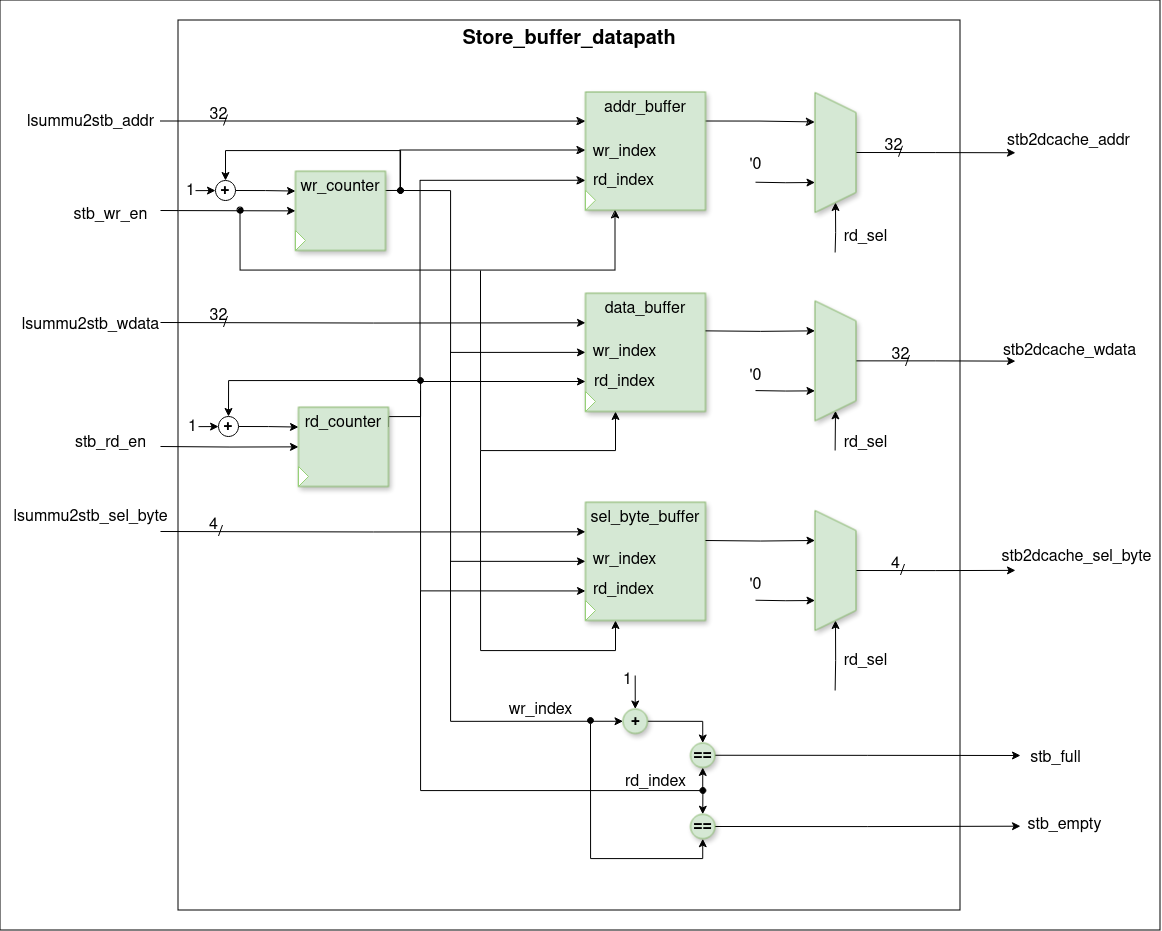
Fazail333/Store-Buffer keeps this draw.io diagram as docs/store-buffer-datapath.png. Above is the earlier version. Source tidied: cells renumbered, new cells last; positions are measured from the earlier drawing's top-left corner, leaving out a move shared by most shapes.
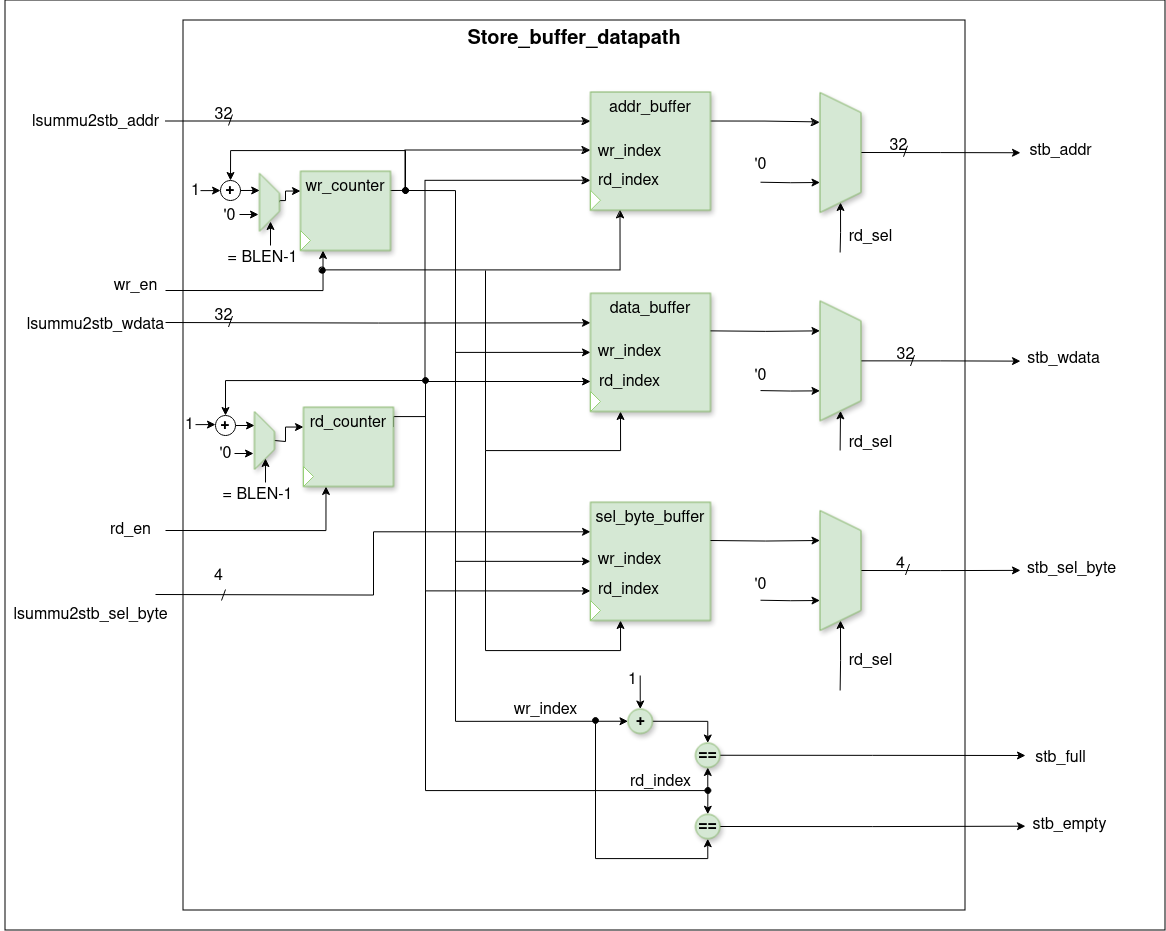
Later version of the same file.

Diff of the diagram source:
```diff
@@ -28,11 +28,10 @@
         </Array>
       </mxGeometry>
     </mxCell>
-    <mxCell id="7" style="edgeStyle=orthogonalEdgeStyle;rounded=0;jettySize=auto;html=1;exitX=0.25;exitY=1;exitDx=0;exitDy=0;entryX=0.25;entryY=1;entryDx=0;entryDy=0;startArrow=oval;startFill=1;fontSize=16;" parent="1" edge="1" target="9">
+    <mxCell id="7" style="edgeStyle=orthogonalEdgeStyle;rounded=0;jettySize=auto;html=1;entryX=0.25;entryY=1;entryDx=0;entryDy=0;startArrow=oval;startFill=1;fontSize=16;" parent="1" edge="1" target="9">
       <mxGeometry relative="1" as="geometry">
-        <mxPoint x="240" y="210" as="sourcePoint" />
+        <mxPoint x="317" y="270" as="sourcePoint" />
         <Array as="points">
-          <mxPoint x="240" y="270" />
           <mxPoint x="615" y="270" />
         </Array>
       </mxGeometry>
@@ -83,7 +82,7 @@
     </mxCell>
     <mxCell id="16" style="edgeStyle=orthogonalEdgeStyle;rounded=0;jettySize=auto;html=1;entryX=0;entryY=0.25;entryDx=0;entryDy=0;fontSize=16;" parent="1" edge="1" target="20">
       <mxGeometry relative="1" as="geometry">
-        <mxPoint x="160" y="531" as="sourcePoint" />
+        <mxPoint x="150" y="594" as="sourcePoint" />
       </mxGeometry>
     </mxCell>
     <mxCell id="17" style="edgeStyle=orthogonalEdgeStyle;rounded=0;jettySize=auto;html=1;exitX=0;exitY=0.75;exitDx=0;exitDy=0;entryX=0;entryY=0.75;entryDx=0;entryDy=0;fontSize=16;" parent="1" edge="1" target="20">
@@ -123,16 +122,23 @@
     <mxCell id="23" value="lsummu2stb_wdata" style="text;html=1;align=center;verticalAlign=middle;strokeColor=none;fillColor=none;fontSize=16;" parent="1" vertex="1">
       <mxGeometry x="10" y="309.9" width="160" height="30" as="geometry" />
     </mxCell>
-    <mxCell id="24" value="lsummu2stb_sel_byte" style="text;html=1;align=center;verticalAlign=middle;strokeColor=none;fillColor=none;fontSize=16;" parent="1" vertex="1">
-      <mxGeometry y="501.8" width="180" height="30" as="geometry" />
-    </mxCell>
-    <mxCell id="25" style="edgeStyle=orthogonalEdgeStyle;rounded=0;jettySize=auto;html=1;entryX=0;entryY=0.5;entryDx=0;entryDy=0;fontSize=16;" parent="1" edge="1" target="28">
+    <mxCell id="25" style="edgeStyle=orthogonalEdgeStyle;rounded=0;jettySize=auto;html=1;entryX=0.25;entryY=1;entryDx=0;entryDy=0;fontSize=16;" parent="1" edge="1" target="28">
       <mxGeometry relative="1" as="geometry">
-        <mxPoint x="160" y="446" as="sourcePoint" />
+        <mxPoint x="160" y="530" as="sourcePoint" />
+        <Array as="points">
+          <mxPoint x="160" y="530" />
+          <mxPoint x="321" y="530" />
+        </Array>
       </mxGeometry>
     </mxCell>
-    <mxCell id="26" style="edgeStyle=orthogonalEdgeStyle;rounded=0;jettySize=auto;html=1;exitX=1;exitY=0.5;exitDx=0;exitDy=0;entryX=0;entryY=0.25;entryDx=0;entryDy=0;fontSize=16;" parent="1" edge="1" source="33" target="28">
-      <mxGeometry relative="1" as="geometry" />
+    <mxCell id="26" style="edgeStyle=orthogonalEdgeStyle;rounded=0;jettySize=auto;html=1;exitX=0.5;exitY=0;exitDx=0;exitDy=0;entryX=0;entryY=0.25;entryDx=0;entryDy=0;fontSize=16;" parent="1" edge="1" source="104" target="28">
+      <mxGeometry relative="1" as="geometry">
+        <Array as="points">
+          <mxPoint x="269" y="441" />
+          <mxPoint x="280" y="441" />
+          <mxPoint x="280" y="427" />
+        </Array>
+      </mxGeometry>
     </mxCell>
     <mxCell id="27" style="edgeStyle=orthogonalEdgeStyle;rounded=0;jettySize=auto;html=1;exitX=1;exitY=0.25;exitDx=0;exitDy=0;entryX=0;entryY=0.75;entryDx=0;entryDy=0;fontSize=16;" parent="1" edge="1" source="28" target="14">
       <mxGeometry relative="1" as="geometry">
@@ -149,27 +155,30 @@
     <mxCell id="29" style="triangle;whiteSpace=wrap;html=1;strokeColor=#97D077;fontSize=16;" parent="1" vertex="1">
       <mxGeometry x="298" y="466" width="10" height="20" as="geometry" />
     </mxCell>
-    <mxCell id="30" value="stb_rd_en" style="text;html=1;align=center;verticalAlign=middle;strokeColor=none;fillColor=none;fontSize=16;" parent="1" vertex="1">
-      <mxGeometry x="65" y="428" width="90" height="30" as="geometry" />
+    <mxCell id="30" value="rd_en" style="text;html=1;align=center;verticalAlign=middle;strokeColor=none;fillColor=none;fontSize=16;" parent="1" vertex="1">
+      <mxGeometry x="95" y="515" width="60" height="30" as="geometry" />
     </mxCell>
     <mxCell id="31" style="edgeStyle=orthogonalEdgeStyle;rounded=0;jettySize=auto;html=1;entryX=0.5;entryY=0;entryDx=0;entryDy=0;startArrow=oval;startFill=1;fontSize=16;" parent="1" edge="1" target="33">
       <mxGeometry relative="1" as="geometry">
         <mxPoint x="420" y="380" as="sourcePoint" />
         <Array as="points">
-          <mxPoint x="228" y="380" />
+          <mxPoint x="220" y="380" />
         </Array>
       </mxGeometry>
     </mxCell>
     <mxCell id="32" style="edgeStyle=orthogonalEdgeStyle;rounded=0;jettySize=auto;html=1;exitX=0;exitY=0.5;exitDx=0;exitDy=0;entryX=0;entryY=0.5;entryDx=0;entryDy=0;fontSize=16;" parent="1" edge="1" target="33">
       <mxGeometry relative="1" as="geometry">
-        <mxPoint x="198" y="426.1" as="sourcePoint" />
+        <mxPoint x="190" y="424.1" as="sourcePoint" />
       </mxGeometry>
     </mxCell>
+    <mxCell id="103" style="edgeStyle=orthogonalEdgeStyle;rounded=0;jettySize=auto;html=1;exitX=1;exitY=0.5;exitDx=0;exitDy=0;entryX=0.25;entryY=1;entryDx=0;entryDy=0;" parent="1" edge="1" source="33" target="104">
+      <mxGeometry relative="1" as="geometry" />
+    </mxCell>
     <mxCell id="33" value="+" style="ellipse;whiteSpace=wrap;html=1;fontStyle=1;fontSize=16;" parent="1" vertex="1">
-      <mxGeometry x="218" y="416" width="20" height="20" as="geometry" />
+      <mxGeometry x="210" y="415" width="20" height="20" as="geometry" />
     </mxCell>
     <mxCell id="34" value="1" style="text;html=1;align=center;verticalAlign=middle;strokeColor=none;fillColor=none;fontSize=16;" parent="1" vertex="1">
-      <mxGeometry x="177" y="412" width="30" height="30" as="geometry" />
+      <mxGeometry x="169" y="410" width="30" height="30" as="geometry" />
     </mxCell>
     <mxCell id="35" value="wr_index" style="text;html=1;align=center;verticalAlign=middle;strokeColor=none;fillColor=none;fontSize=16;" parent="1" vertex="1">
       <mxGeometry x="579" y="545" width="90" height="30" as="geometry" />
@@ -294,17 +303,15 @@
     <mxCell id="64" value="'0" style="text;html=1;align=center;verticalAlign=middle;strokeColor=none;fillColor=none;fontSize=16;" parent="1" vertex="1">
       <mxGeometry x="735" y="570" width="40" height="30" as="geometry" />
     </mxCell>
-    <mxCell id="65" style="edgeStyle=orthogonalEdgeStyle;rounded=0;jettySize=auto;html=1;entryX=0;entryY=0.5;entryDx=0;entryDy=0;startArrow=none;startFill=0;fontSize=16;" parent="1" edge="1" target="67">
+    <mxCell id="65" style="edgeStyle=orthogonalEdgeStyle;rounded=0;jettySize=auto;html=1;entryX=0.25;entryY=1;entryDx=0;entryDy=0;startArrow=none;startFill=0;fontSize=16;" parent="1" edge="1" target="67">
       <mxGeometry relative="1" as="geometry">
-        <mxPoint x="160" y="210" as="sourcePoint" />
+        <mxPoint x="160" y="290" as="sourcePoint" />
         <Array as="points">
-          <mxPoint x="178" y="210" />
+          <mxPoint x="160" y="290" />
+          <mxPoint x="318" y="290" />
         </Array>
       </mxGeometry>
     </mxCell>
-    <mxCell id="66" style="edgeStyle=orthogonalEdgeStyle;rounded=0;jettySize=auto;html=1;exitX=1;exitY=0.5;exitDx=0;exitDy=0;entryX=0;entryY=0.25;entryDx=0;entryDy=0;fontSize=16;" parent="1" edge="1" source="71" target="67">
-      <mxGeometry relative="1" as="geometry" />
-    </mxCell>
     <mxCell id="67" value="wr_counter" style="rounded=0;whiteSpace=wrap;html=1;fillColor=#d5e8d4;strokeColor=#82b366;shadow=1;verticalAlign=top;fontSize=16;" parent="1" vertex="1">
       <mxGeometry x="295" y="170.8" width="90" height="79.2" as="geometry" />
     </mxCell>
@@ -331,8 +338,8 @@
     <mxCell id="72" value="1" style="text;html=1;align=center;verticalAlign=middle;strokeColor=none;fillColor=none;fontSize=16;" parent="1" vertex="1">
       <mxGeometry x="175" y="176" width="30" height="30" as="geometry" />
     </mxCell>
-    <mxCell id="73" value="stb_wr_en" style="text;html=1;align=center;verticalAlign=middle;strokeColor=none;fillColor=none;fontSize=16;" parent="1" vertex="1">
-      <mxGeometry x="60" y="200" width="100" height="30" as="geometry" />
+    <mxCell id="73" value="wr_en" style="text;html=1;align=center;verticalAlign=middle;strokeColor=none;fillColor=none;fontSize=16;" parent="1" vertex="1">
+      <mxGeometry x="95" y="271" width="70" height="30" as="geometry" />
     </mxCell>
     <mxCell id="74" style="endArrow=none;html=1;rounded=0;fontSize=16;" parent="1" edge="1">
       <mxGeometry relative="1" as="geometry">
@@ -354,21 +361,21 @@
     </mxCell>
     <mxCell id="78" style="endArrow=none;html=1;rounded=0;fontSize=16;" parent="1" edge="1">
       <mxGeometry relative="1" as="geometry">
-        <mxPoint x="218" y="535.5" as="sourcePoint" />
-        <mxPoint x="222" y="524.5" as="targetPoint" />
+        <mxPoint x="216" y="600" as="sourcePoint" />
+        <mxPoint x="220" y="589" as="targetPoint" />
       </mxGeometry>
     </mxCell>
     <mxCell id="79" value="4" style="text;html=1;align=center;verticalAlign=middle;strokeColor=none;fillColor=none;fontSize=16;" parent="1" vertex="1">
-      <mxGeometry x="198" y="510" width="30" height="30" as="geometry" />
+      <mxGeometry x="198" y="560.5" width="30" height="30" as="geometry" />
     </mxCell>
-    <mxCell id="80" value="stb2dcache_addr" style="text;html=1;align=center;verticalAlign=middle;strokeColor=none;fillColor=none;fontSize=16;" parent="1" vertex="1">
-      <mxGeometry x="993" y="125.6" width="150" height="30" as="geometry" />
+    <mxCell id="80" value="stb_addr" style="text;html=1;align=center;verticalAlign=middle;strokeColor=none;fillColor=none;fontSize=16;" parent="1" vertex="1">
+      <mxGeometry x="1010" y="135.6" width="90" height="30" as="geometry" />
     </mxCell>
-    <mxCell id="81" value="stb2dcache_wdata" style="text;html=1;align=center;verticalAlign=middle;strokeColor=none;fillColor=none;fontSize=16;" parent="1" vertex="1">
-      <mxGeometry x="989" y="335.9" width="160" height="30" as="geometry" />
+    <mxCell id="81" value="stb_wdata" style="text;html=1;align=center;verticalAlign=middle;strokeColor=none;fillColor=none;fontSize=16;" parent="1" vertex="1">
+      <mxGeometry x="1008" y="343.9" width="100" height="30" as="geometry" />
     </mxCell>
-    <mxCell id="82" value="stb2dcache_sel_byte" style="text;html=1;align=center;verticalAlign=middle;strokeColor=none;fillColor=none;fontSize=16;" parent="1" vertex="1">
-      <mxGeometry x="991" y="542" width="170" height="30" as="geometry" />
+    <mxCell id="82" value="stb_sel_byte" style="text;html=1;align=center;verticalAlign=middle;strokeColor=none;fillColor=none;fontSize=16;" parent="1" vertex="1">
+      <mxGeometry x="1011" y="554" width="110" height="30" as="geometry" />
     </mxCell>
     <mxCell id="83" style="group;fontSize=16;" parent="1" vertex="1">
       <mxGeometry x="873" y="130.8" width="40" height="30" as="geometry" />
@@ -453,5 +460,61 @@
     <mxCell id="102" value="==" style="ellipse;whiteSpace=wrap;html=1;fontStyle=1;fillColor=#d5e8d4;strokeColor=#82b366;shadow=1;fontSize=16;" parent="1" vertex="1">
       <mxGeometry x="690" y="813.8" width="24.5" height="24.5" as="geometry" />
     </mxCell>
+    <mxCell id="104" style="shape=trapezoid;perimeter=trapezoidPerimeter;whiteSpace=wrap;html=1;fixedSize=1;rotation=90;fillColor=#d5e8d4;strokeColor=#82b366;shadow=1;" parent="1" vertex="1">
+      <mxGeometry x="230" y="430" width="58" height="20" as="geometry" />
+    </mxCell>
+    <mxCell id="105" style="edgeStyle=orthogonalEdgeStyle;rounded=0;orthogonalLoop=1;jettySize=auto;html=1;exitX=1;exitY=0.5;exitDx=0;exitDy=0;entryX=0.25;entryY=1;entryDx=0;entryDy=0;" parent="1" edge="1">
+      <mxGeometry relative="1" as="geometry">
+        <mxPoint x="229" y="453" as="sourcePoint" />
+        <mxPoint x="248" y="453" as="targetPoint" />
+      </mxGeometry>
+    </mxCell>
+    <mxCell id="106" value="'0" style="text;html=1;align=center;verticalAlign=middle;strokeColor=none;fillColor=none;fontSize=16;" parent="1" vertex="1">
+      <mxGeometry x="200" y="439" width="40" height="30" as="geometry" />
+    </mxCell>
+    <mxCell id="107" style="endArrow=classic;html=1;rounded=0;" parent="1" edge="1">
+      <mxGeometry relative="1" as="geometry">
+        <mxPoint x="260" y="482" as="sourcePoint" />
+        <mxPoint x="260" y="458" as="targetPoint" />
+      </mxGeometry>
+    </mxCell>
+    <mxCell id="108" value="= BLEN-1" style="text;html=1;align=center;verticalAlign=middle;strokeColor=none;fillColor=none;fontSize=16;" parent="1" vertex="1">
+      <mxGeometry x="207" y="480" width="90" height="30" as="geometry" />
+    </mxCell>
+    <mxCell id="109" style="edgeStyle=orthogonalEdgeStyle;rounded=0;jettySize=auto;html=1;exitX=0.5;exitY=0;exitDx=0;exitDy=0;entryX=0;entryY=0.25;entryDx=0;entryDy=0;" parent="1" edge="1" source="110" target="67">
+      <mxGeometry relative="1" as="geometry">
+        <Array as="points">
+          <mxPoint x="280" y="200" />
+          <mxPoint x="280" y="191" />
+        </Array>
+      </mxGeometry>
+    </mxCell>
+    <mxCell id="110" style="shape=trapezoid;perimeter=trapezoidPerimeter;whiteSpace=wrap;html=1;fixedSize=1;rotation=90;fillColor=#d5e8d4;strokeColor=#82b366;shadow=1;" parent="1" vertex="1">
+      <mxGeometry x="235" y="191.8" width="58" height="20" as="geometry" />
+    </mxCell>
+    <mxCell id="111" style="edgeStyle=orthogonalEdgeStyle;rounded=0;jettySize=auto;html=1;exitX=1;exitY=0.5;exitDx=0;exitDy=0;entryX=0.297;entryY=0.99;entryDx=0;entryDy=0;entryPerimeter=0;" parent="1" edge="1" source="71" target="110">
+      <mxGeometry relative="1" as="geometry" />
+    </mxCell>
+    <mxCell id="112" style="edgeStyle=orthogonalEdgeStyle;rounded=0;orthogonalLoop=1;jettySize=auto;html=1;exitX=1;exitY=0.5;exitDx=0;exitDy=0;entryX=0.297;entryY=0.99;entryDx=0;entryDy=0;entryPerimeter=0;" parent="1" edge="1">
+      <mxGeometry relative="1" as="geometry">
+        <mxPoint x="234" y="214" as="sourcePoint" />
+        <mxPoint x="253" y="214" as="targetPoint" />
+      </mxGeometry>
+    </mxCell>
+    <mxCell id="113" value="'0" style="text;html=1;align=center;verticalAlign=middle;strokeColor=none;fillColor=none;fontSize=16;" parent="1" vertex="1">
+      <mxGeometry x="204" y="201" width="40" height="30" as="geometry" />
+    </mxCell>
+    <mxCell id="114" style="endArrow=classic;html=1;rounded=0;" parent="1" edge="1">
+      <mxGeometry relative="1" as="geometry">
+        <mxPoint x="265" y="245" as="sourcePoint" />
+        <mxPoint x="265" y="221" as="targetPoint" />
+      </mxGeometry>
+    </mxCell>
+    <mxCell id="115" value="= BLEN-1" style="text;html=1;align=center;verticalAlign=middle;strokeColor=none;fillColor=none;fontSize=16;" parent="1" vertex="1">
+      <mxGeometry x="212" y="243" width="90" height="30" as="geometry" />
+    </mxCell>
+    <mxCell id="24" value="lsummu2stb_sel_byte" style="text;html=1;align=center;verticalAlign=middle;strokeColor=none;fillColor=none;fontSize=16;" parent="1" vertex="1">
+      <mxGeometry x="-5" y="600" width="180" height="30" as="geometry" />
+    </mxCell>
   </root>
 </mxGraphModel>
```
